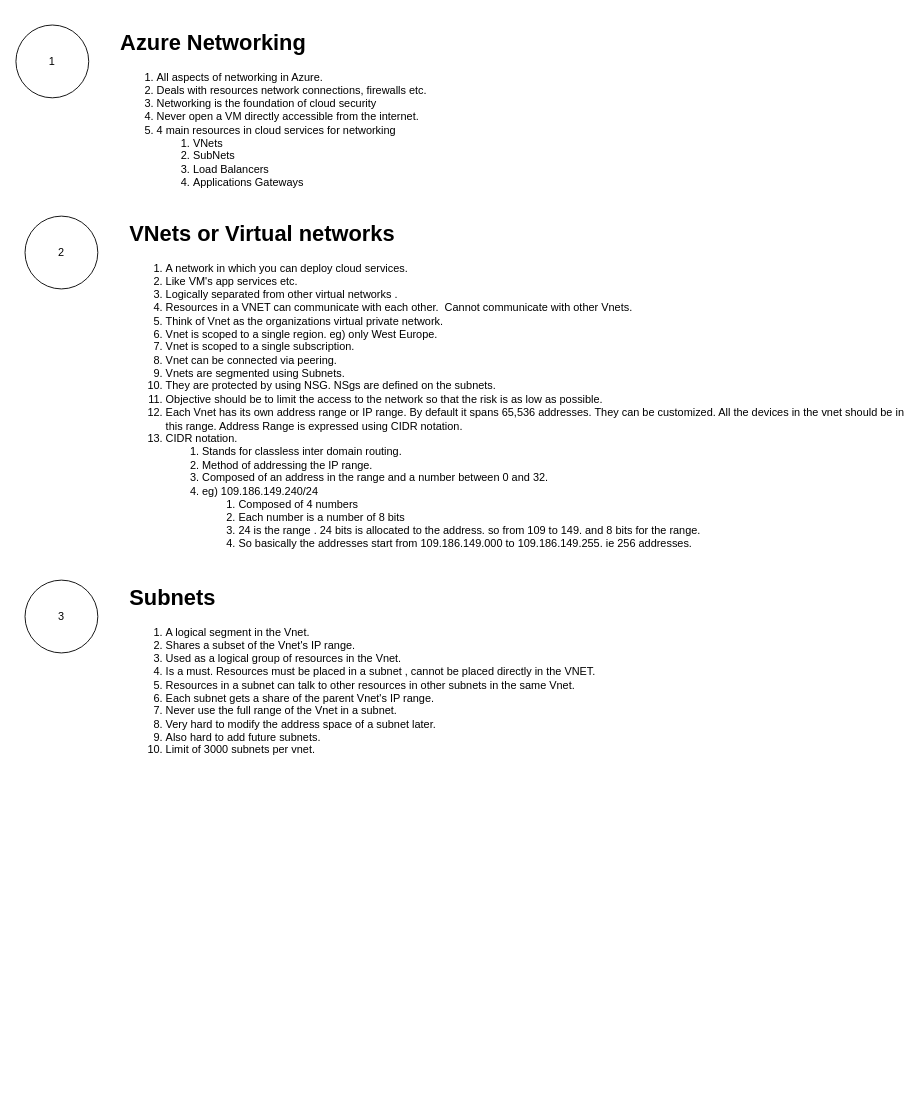
Above: page "Azure Networking - VNets" (6 of 6) of Azure detailed.drawio in snair0410/cv (draw.io), before the change. Source tidied: cells renumbered, new cells numbered last; positions are measured from the earlier drawing's top-left corner, leaving out a move shared by most shapes. Both pictures are drawn from the tidied source at 91%, with x=0, y=0 at pixel (15, 25).
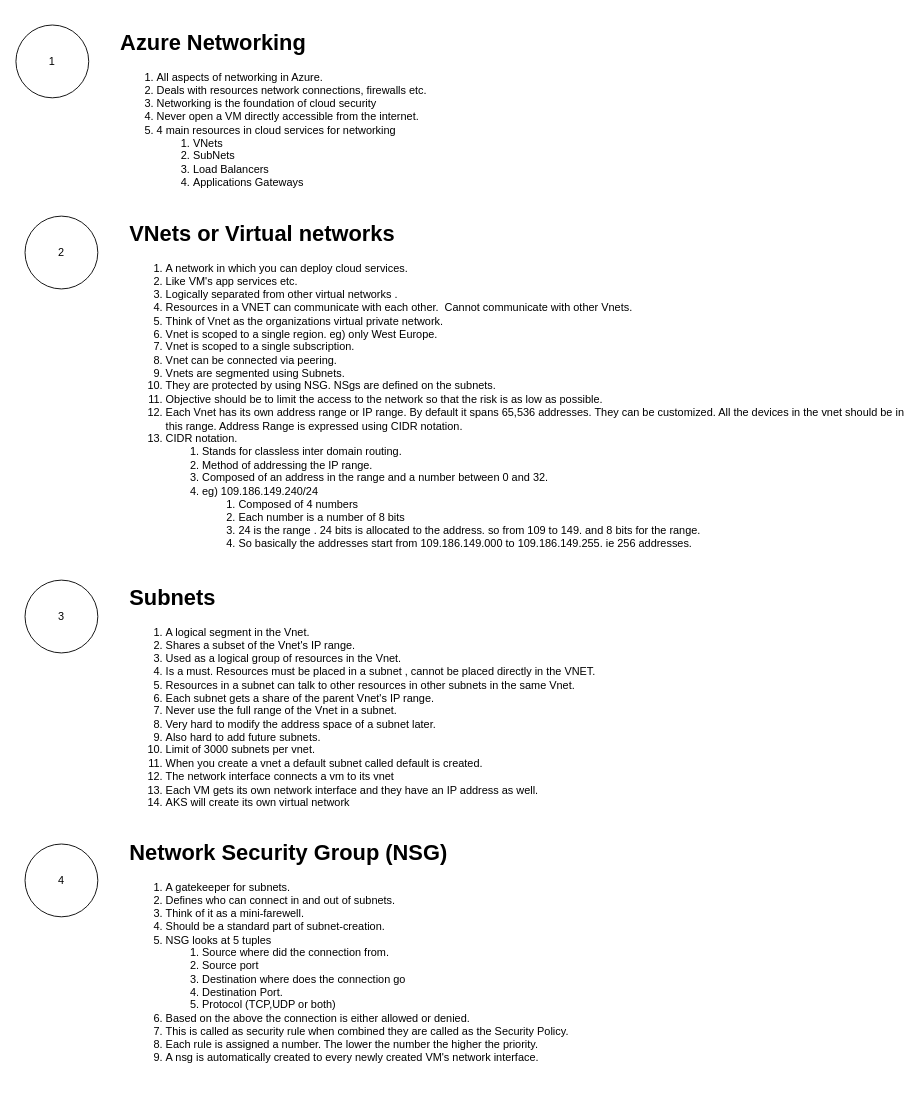
After the change.

What changed in the source:
```diff
@@
 <mxGraphModel>
   <root>
     <mxCell id="0" />
     <mxCell id="1" parent="0" />
     <mxCell id="2" value="1" style="ellipse;whiteSpace=wrap;html=1;" parent="1" vertex="1">
       <mxGeometry width="80" height="80" as="geometry" />
     </mxCell>
     <mxCell id="3" value="&lt;h1&gt;Azure Networking&lt;/h1&gt;&lt;div&gt;&lt;ol&gt;&lt;li&gt;All aspects of networking in Azure.&lt;/li&gt;&lt;li&gt;Deals with resources network connections, firewalls etc.&amp;nbsp;&lt;/li&gt;&lt;li&gt;Networking is the foundation of cloud security&lt;/li&gt;&lt;li&gt;Never open a VM directly accessible from the internet.&amp;nbsp;&lt;/li&gt;&lt;li&gt;4 main resources in cloud services for networking&lt;/li&gt;&lt;ol&gt;&lt;li&gt;VNets&lt;/li&gt;&lt;li&gt;SubNets&lt;/li&gt;&lt;li&gt;Load Balancers&lt;/li&gt;&lt;li&gt;Applications Gateways&lt;/li&gt;&lt;/ol&gt;&lt;/ol&gt;&lt;/div&gt;" style="text;html=1;strokeColor=none;fillColor=none;spacing=5;spacingTop=-20;whiteSpace=wrap;overflow=hidden;rounded=0;" parent="1" vertex="1">
       <mxGeometry x="110" width="860" height="200" as="geometry" />
     </mxCell>
     <mxCell id="4" value="2" style="ellipse;whiteSpace=wrap;html=1;" parent="1" vertex="1">
       <mxGeometry x="10" y="210" width="80" height="80" as="geometry" />
     </mxCell>
     <mxCell id="5" value="&lt;h1&gt;VNets or Virtual networks&lt;/h1&gt;&lt;div&gt;&lt;ol&gt;&lt;li&gt;A network in which you can deploy cloud services.&amp;nbsp;&lt;/li&gt;&lt;li&gt;Like VM's app services etc.&lt;/li&gt;&lt;li&gt;Logically separated from other virtual networks .&lt;/li&gt;&lt;li&gt;Resources in a VNET can communicate with each other.&amp;nbsp; Cannot communicate with other Vnets.&lt;/li&gt;&lt;li&gt;Think of Vnet as the organizations virtual private network.&lt;/li&gt;&lt;li&gt;Vnet is scoped to a single region. eg) only West Europe.&lt;/li&gt;&lt;li&gt;Vnet is scoped to a single subscription.&amp;nbsp;&lt;/li&gt;&lt;li&gt;Vnet can be connected via peering.&amp;nbsp;&lt;/li&gt;&lt;li&gt;Vnets are segmented using Subnets.&lt;/li&gt;&lt;li&gt;They are protected by using NSG. NSgs are defined on the subnets.&amp;nbsp;&lt;/li&gt;&lt;li&gt;Objective should be to limit the access to the network so that the risk is as low as possible.&amp;nbsp;&lt;/li&gt;&lt;li&gt;Each Vnet has its own address range or IP range. By default it spans 65,536 addresses. They can be customized. All the devices in the vnet should be in this range. Address Range is expressed using CIDR notation.&lt;/li&gt;&lt;li&gt;CIDR notation.&lt;/li&gt;&lt;ol&gt;&lt;li&gt;Stands for classless inter domain routing.&lt;/li&gt;&lt;li&gt;Method of addressing the IP range.&lt;/li&gt;&lt;li&gt;Composed of an address in the range and a number between 0 and 32.&lt;/li&gt;&lt;li&gt;eg) 109.186.149.240/24&lt;/li&gt;&lt;ol&gt;&lt;li&gt;Composed of 4 numbers&amp;nbsp;&lt;/li&gt;&lt;li&gt;Each number is a number of 8 bits&lt;/li&gt;&lt;li&gt;24 is the range . 24 bits is allocated to the address. so from 109 to 149. and 8 bits for the range.&amp;nbsp;&lt;/li&gt;&lt;li&gt;So basically the addresses start from 109.186.149.000 to 109.186.149.255. ie 256 addresses.&amp;nbsp;&lt;/li&gt;&lt;/ol&gt;&lt;/ol&gt;&lt;/ol&gt;&lt;/div&gt;" style="text;html=1;strokeColor=none;fillColor=none;spacing=5;spacingTop=-20;whiteSpace=wrap;overflow=hidden;rounded=0;" parent="1" vertex="1">
       <mxGeometry x="120" y="210" width="860" height="380" as="geometry" />
     </mxCell>
     <mxCell id="6" value="3" style="ellipse;whiteSpace=wrap;html=1;" parent="1" vertex="1">
       <mxGeometry x="10" y="610" width="80" height="80" as="geometry" />
     </mxCell>
-    <mxCell id="7" value="&lt;h1&gt;Subnets&lt;/h1&gt;&lt;div&gt;&lt;ol&gt;&lt;li&gt;A logical segment in the Vnet.&lt;/li&gt;&lt;li&gt;Shares a subset of the Vnet's IP range.&amp;nbsp;&lt;/li&gt;&lt;li&gt;Used as a logical group of resources in the Vnet.&lt;/li&gt;&lt;li&gt;Is a must. Resources must be placed in a subnet , cannot be placed directly in the VNET.&amp;nbsp;&lt;/li&gt;&lt;li&gt;Resources in a subnet can talk to other resources in other subnets in the same Vnet.&amp;nbsp;&lt;/li&gt;&lt;li&gt;Each subnet gets a share of the parent Vnet's IP range.&lt;/li&gt;&lt;li&gt;Never use the full range of the Vnet in a subnet.&amp;nbsp;&lt;/li&gt;&lt;li&gt;Very hard to modify the address space of a subnet later.&amp;nbsp;&lt;/li&gt;&lt;li&gt;Also hard to add future subnets.&amp;nbsp;&lt;/li&gt;&lt;li&gt;Limit of 3000 subnets per vnet.&amp;nbsp;&lt;/li&gt;&lt;/ol&gt;&lt;/div&gt;" style="text;html=1;strokeColor=none;fillColor=none;spacing=5;spacingTop=-20;whiteSpace=wrap;overflow=hidden;rounded=0;" parent="1" vertex="1">
-      <mxGeometry x="120" y="610" width="860" height="380" as="geometry" />
+    <mxCell id="7" value="&lt;h1&gt;Subnets&lt;/h1&gt;&lt;div&gt;&lt;ol&gt;&lt;li&gt;A logical segment in the Vnet.&lt;/li&gt;&lt;li&gt;Shares a subset of the Vnet's IP range.&amp;nbsp;&lt;/li&gt;&lt;li&gt;Used as a logical group of resources in the Vnet.&lt;/li&gt;&lt;li&gt;Is a must. Resources must be placed in a subnet , cannot be placed directly in the VNET.&amp;nbsp;&lt;/li&gt;&lt;li&gt;Resources in a subnet can talk to other resources in other subnets in the same Vnet.&amp;nbsp;&lt;/li&gt;&lt;li&gt;Each subnet gets a share of the parent Vnet's IP range.&lt;/li&gt;&lt;li&gt;Never use the full range of the Vnet in a subnet.&amp;nbsp;&lt;/li&gt;&lt;li&gt;Very hard to modify the address space of a subnet later.&amp;nbsp;&lt;/li&gt;&lt;li&gt;Also hard to add future subnets.&amp;nbsp;&lt;/li&gt;&lt;li&gt;Limit of 3000 subnets per vnet.&amp;nbsp;&lt;/li&gt;&lt;li&gt;When you create a vnet a default subnet called default is created.&lt;/li&gt;&lt;li&gt;The network interface connects a vm to its vnet&lt;/li&gt;&lt;li&gt;Each VM gets its own network interface and they have an IP address as well.&amp;nbsp;&lt;/li&gt;&lt;li&gt;AKS will create its own virtual network&lt;/li&gt;&lt;/ol&gt;&lt;/div&gt;" style="text;html=1;strokeColor=none;fillColor=none;spacing=5;spacingTop=-20;whiteSpace=wrap;overflow=hidden;rounded=0;" parent="1" vertex="1">
+      <mxGeometry x="120" y="610" width="860" height="280" as="geometry" />
     </mxCell>
+    <mxCell id="8" value="4" style="ellipse;whiteSpace=wrap;html=1;" parent="1" vertex="1">
+      <mxGeometry x="10" y="900" width="80" height="80" as="geometry" />
+    </mxCell>
+    <mxCell id="9" value="&lt;h1&gt;Network Security Group (NSG)&lt;/h1&gt;&lt;div&gt;&lt;ol&gt;&lt;li&gt;A gatekeeper for subnets.&lt;/li&gt;&lt;li&gt;Defines who can connect in and out of subnets.&lt;/li&gt;&lt;li&gt;Think of it as a mini-farewell.&amp;nbsp;&lt;/li&gt;&lt;li&gt;Should be a standard part of subnet-creation.&amp;nbsp;&lt;/li&gt;&lt;li&gt;NSG looks at 5 tuples&lt;/li&gt;&lt;ol&gt;&lt;li&gt;Source where did the connection from.&lt;/li&gt;&lt;li&gt;Source port&lt;/li&gt;&lt;li&gt;Destination where does the connection go&lt;/li&gt;&lt;li&gt;Destination Port.&lt;/li&gt;&lt;li&gt;Protocol (TCP,UDP or both)&lt;/li&gt;&lt;/ol&gt;&lt;li&gt;Based on the above the connection is either allowed or denied.&lt;/li&gt;&lt;li&gt;This is called as security rule when combined they are called as the Security Policy.&lt;/li&gt;&lt;li&gt;Each rule is assigned a number. The lower the number the higher the priority.&amp;nbsp;&lt;/li&gt;&lt;li&gt;A nsg is automatically created to every newly created VM's network interface.&amp;nbsp;&lt;/li&gt;&lt;/ol&gt;&lt;/div&gt;" style="text;html=1;strokeColor=none;fillColor=none;spacing=5;spacingTop=-20;whiteSpace=wrap;overflow=hidden;rounded=0;" parent="1" vertex="1">
+      <mxGeometry x="120" y="890" width="860" height="280" as="geometry" />
+    </mxCell>
   </root>
 </mxGraphModel>
```
